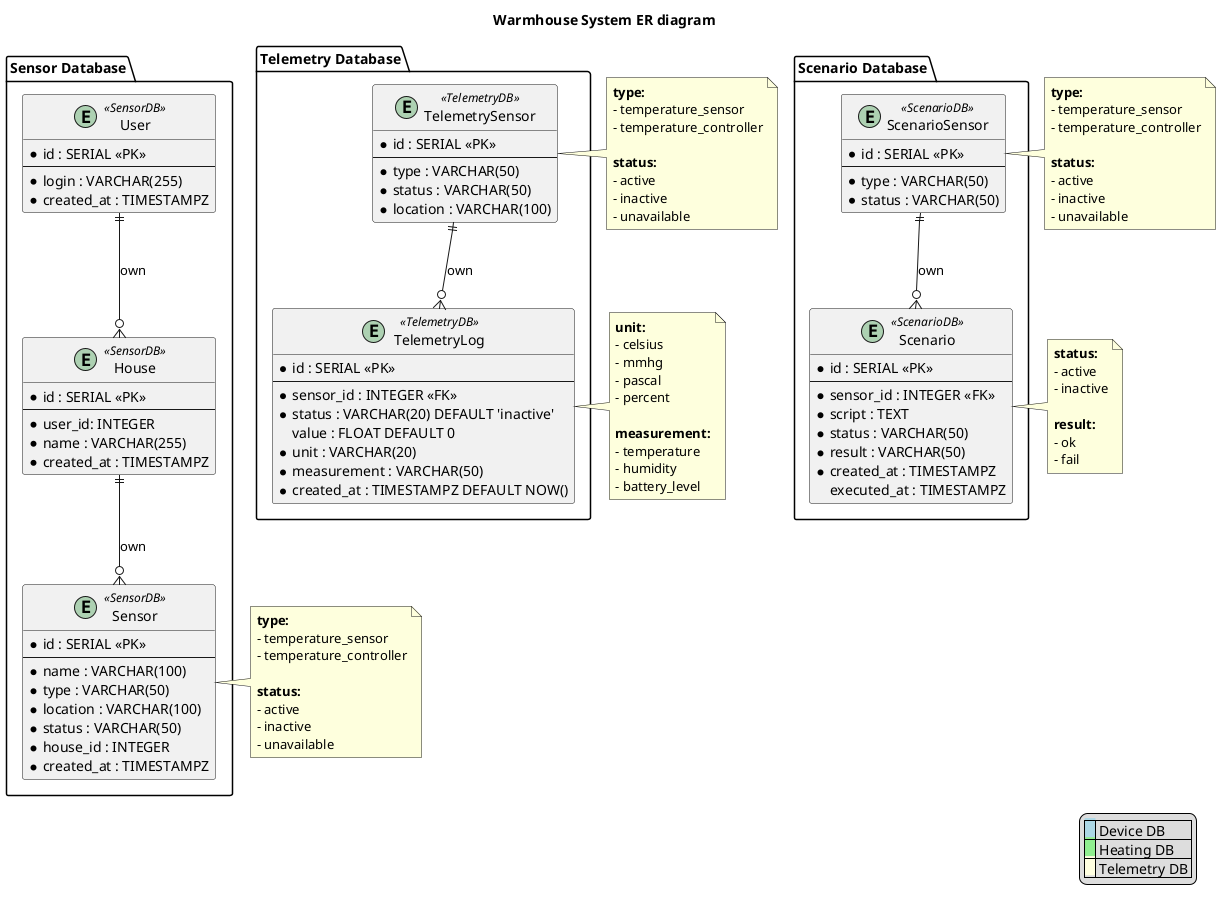
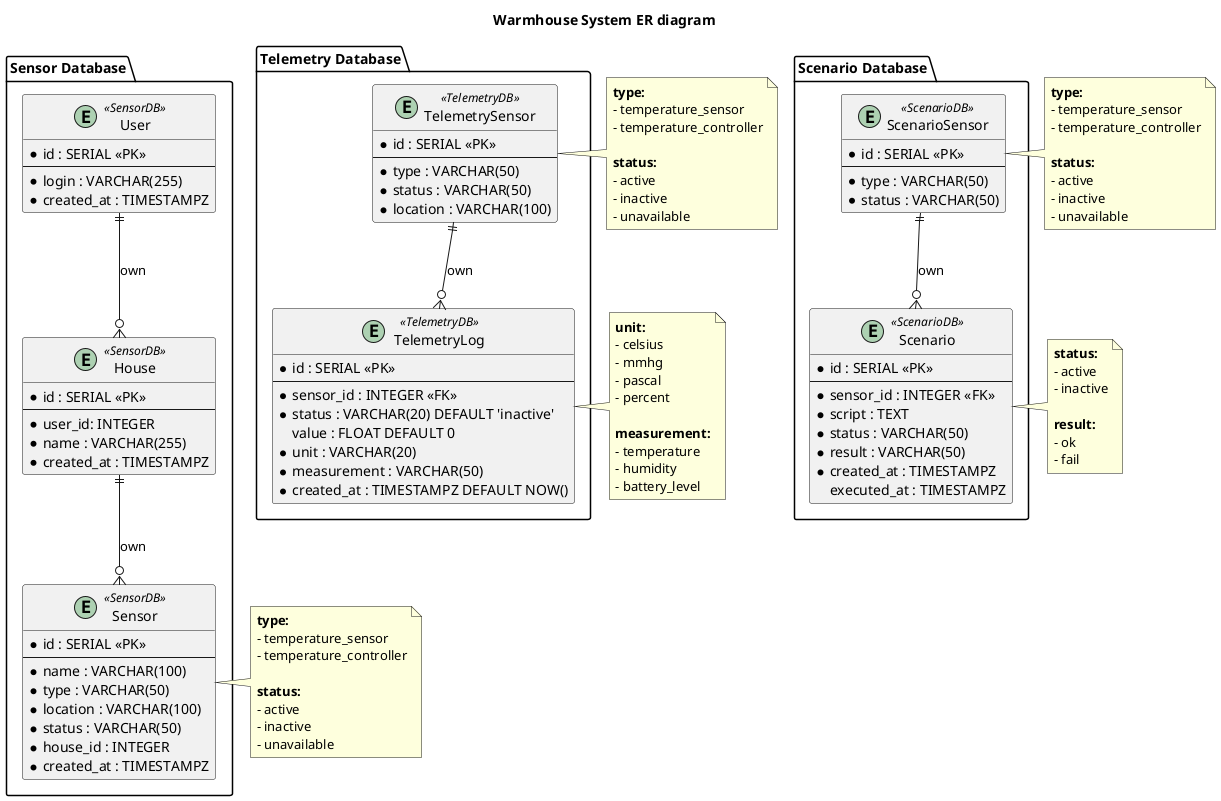
@startuml Warmhouse_ER

title Warmhouse System ER diagram

package "Sensor Database" {
    entity "User" as user <<SensorDB>> {
        * id : SERIAL <<PK>>
        --
        * login : VARCHAR(255)
        * created_at : TIMESTAMPZ
    }

    entity "House" as house <<SensorDB>> {
        * id : SERIAL <<PK>>
        --
        * user_id: INTEGER
        * name : VARCHAR(255)
        * created_at : TIMESTAMPZ
    }

    entity "Sensor" as user_sensor <<SensorDB>> {
        * id : SERIAL <<PK>>
        --
        * name : VARCHAR(100)
        * type : VARCHAR(50)
        * location : VARCHAR(100)
        * status : VARCHAR(50)
        * house_id : INTEGER
        * created_at : TIMESTAMPZ
    }


}

package "Scenario Database" {

    entity "ScenarioSensor" as scenario_sensor <<ScenarioDB>> {
        * id : SERIAL <<PK>>
        --
        * type : VARCHAR(50)
        * status : VARCHAR(50)
    }

    entity "Scenario" as scenario <<ScenarioDB>> {
        * id : SERIAL <<PK>>
        --
        * sensor_id : INTEGER <<FK>>
        * script : TEXT
        * status : VARCHAR(50)
        * result : VARCHAR(50)
        * created_at : TIMESTAMPZ
        executed_at : TIMESTAMPZ
    }
}

package "Telemetry Database" {

    entity "TelemetrySensor" as telemetry_sensor <<TelemetryDB>> {
        * id : SERIAL <<PK>>
        --
        * type : VARCHAR(50)
        * status : VARCHAR(50)
        * location : VARCHAR(100)
    }

    entity "TelemetryLog" as telemetry_log <<TelemetryDB>> {
        * id : SERIAL <<PK>>
        --
        * sensor_id : INTEGER <<FK>>
        * status : VARCHAR(20) DEFAULT 'inactive'
          value : FLOAT DEFAULT 0
        * unit : VARCHAR(20)
        * measurement : VARCHAR(50)
        * created_at : TIMESTAMPZ DEFAULT NOW()
    }
}

' entity links
user ||--o{ house : "own"
house ||--o{ user_sensor : "own"
scenario_sensor ||--o{ scenario : "own"
telemetry_sensor ||--o{ telemetry_log : "own"

- ' legend
- legend right
-   |<back:LightBlue>   </back>| Device DB |
-   |<back:LightGreen>   </back>| Heating DB |
-   |<back:LightYellow>   </back>| Telemetry DB |
- endlegend

note right of user_sensor
  **type:**
  - temperature_sensor
  - temperature_controller

  **status:**
  - active
  - inactive
  - unavailable
end note

note right of telemetry_sensor
  **type:**
  - temperature_sensor
  - temperature_controller

  **status:**
  - active
  - inactive
  - unavailable
end note

note right of telemetry_log
  **unit:**
  - celsius
  - mmhg
  - pascal
  - percent

  **measurement:**
  - temperature
  - humidity
  - battery_level
end note


note right of scenario_sensor
  **type:**
  - temperature_sensor
  - temperature_controller

  **status:**
  - active
  - inactive
  - unavailable
end note

note right of scenario
  **status:**
  - active
  - inactive

  **result:**
  - ok
  - fail
end note


@enduml